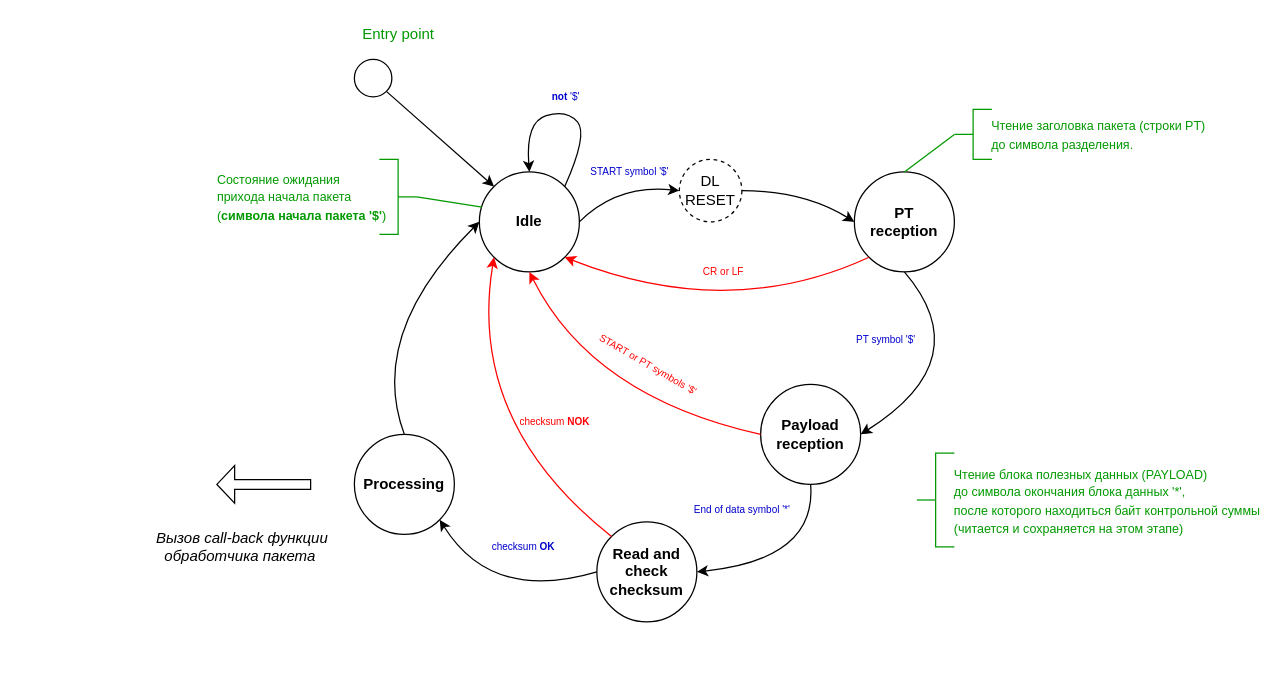
This is page "FSM_CS" (2 of 2) of Doc/Diagrams.drawio from albatron22/protocol2-stack, a draw.io file, before an edit. Source tidied: cells renumbered, new cells numbered last; positions are measured from the earlier drawing's top-left corner, leaving out a move shared by most shapes. Both pictures are drawn from the tidied source at 125%, with x=0, y=0 at pixel (141, 21).
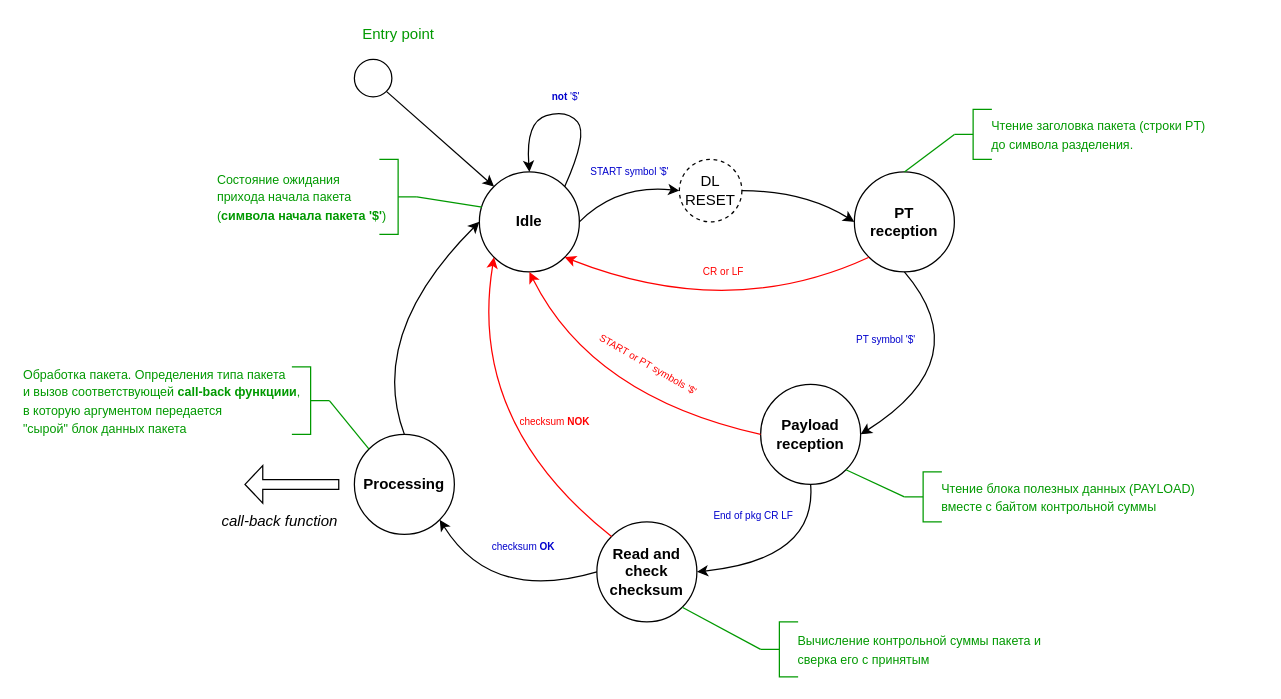
After the change.

The change refers to these unchanged cells:
```xml
<mxCell id="15" value="&lt;b&gt;Payload&lt;br&gt;reception&lt;/b&gt;" style="ellipse;whiteSpace=wrap;html=1;" parent="1" vertex="1">
  <mxGeometry x="495" y="290" width="80" height="80" as="geometry" />
</mxCell>
<mxCell id="20" value="&lt;b&gt;Processing&lt;/b&gt;" style="ellipse;whiteSpace=wrap;html=1;" parent="1" vertex="1">
  <mxGeometry x="170" y="330" width="80" height="80" as="geometry" />
</mxCell>
<mxCell id="27" value="&lt;b&gt;Read and check checksum&lt;/b&gt;" style="ellipse;whiteSpace=wrap;html=1;" parent="1" vertex="1">
  <mxGeometry x="364" y="400" width="80" height="80" as="geometry" />
</mxCell>
```

Change to the diagram source:
```diff
@@
-    <mxCell id="22" value="&lt;font color=&quot;#0000cc&quot;&gt;&lt;span style=&quot;font-size: 8px;&quot;&gt;End of data symbol '*'&lt;br&gt;&lt;/span&gt;&lt;/font&gt;" style="text;html=1;align=center;verticalAlign=middle;strokeColor=none;fillColor=none;fontSize=6;fontColor=#808080;rotation=0;" parent="1" vertex="1">
-      <mxGeometry x="430" y="380" width="100" height="20" as="geometry" />
+    <mxCell id="22" value="&lt;font color=&quot;#0000cc&quot;&gt;&lt;span style=&quot;font-size: 8px;&quot;&gt;End of pkg CR LF&lt;br&gt;&lt;/span&gt;&lt;/font&gt;" style="text;html=1;align=center;verticalAlign=middle;strokeColor=none;fillColor=none;fontSize=6;fontColor=#808080;rotation=0;" parent="1" vertex="1">
+      <mxGeometry x="444" y="385" width="90" height="20" as="geometry" />
     </mxCell>
@@
     <mxCell id="24" style="html=1;shadow=0;dashed=0;align=center;verticalAlign=middle;shape=mxgraph.arrows2.arrow;dy=0.74;dx=14.21;flipH=1;notch=0;" parent="1" vertex="1">
-      <mxGeometry x="60" y="355" width="75" height="30" as="geometry" />
+      <mxGeometry x="82.5" y="355" width="75" height="30" as="geometry" />
     </mxCell>
-    <mxCell id="25" value="&lt;i&gt;Вызов call-back функции &lt;br&gt;обработчика пакета&amp;nbsp;&lt;/i&gt;" style="text;html=1;align=center;verticalAlign=middle;strokeColor=none;fillColor=none;" parent="1" vertex="1">
-      <mxGeometry y="400" width="160" height="40" as="geometry" />
+    <mxCell id="25" value="&lt;i&gt;call-back function&lt;/i&gt;" style="text;html=1;align=center;verticalAlign=middle;strokeColor=none;fillColor=none;" parent="1" vertex="1">
+      <mxGeometry x="50" y="385" width="120" height="30" as="geometry" />
     </mxCell>
@@
-    <mxCell id="35" value="&lt;div style=&quot;text-align: justify;&quot;&gt;&lt;span style=&quot;font-size: 10px;&quot;&gt;Чтение блока полезных данных (PAYLOAD)&lt;/span&gt;&lt;/div&gt;&lt;div style=&quot;text-align: justify;&quot;&gt;&lt;span style=&quot;font-size: 10px;&quot;&gt;до символа окончания блока данных '*',&lt;/span&gt;&lt;/div&gt;&lt;div style=&quot;text-align: justify;&quot;&gt;&lt;span style=&quot;font-size: 10px;&quot;&gt;после которого находиться байт контрольной суммы&lt;/span&gt;&lt;/div&gt;&lt;div style=&quot;text-align: justify;&quot;&gt;&lt;span style=&quot;font-size: 10px;&quot;&gt;(читается и сохраняется на этом этапе)&lt;/span&gt;&lt;/div&gt;" style="strokeWidth=1;html=1;shape=mxgraph.flowchart.annotation_2;align=left;labelPosition=right;fontSize=12;fontColor=#009900;strokeColor=#009900;flipH=0;verticalLabelPosition=middle;verticalAlign=middle;spacing=0;" parent="1" vertex="1">
-      <mxGeometry x="620" y="345" width="30" height="75" as="geometry" />
+    <mxCell id="35" value="&lt;div style=&quot;text-align: justify;&quot;&gt;&lt;span style=&quot;font-size: 10px;&quot;&gt;Чтение блока полезных данных (PAYLOAD)&lt;/span&gt;&lt;/div&gt;&lt;div style=&quot;text-align: justify;&quot;&gt;&lt;span style=&quot;font-size: 10px;&quot;&gt;вместе с байтом контрольной суммы&lt;/span&gt;&lt;/div&gt;" style="strokeWidth=1;html=1;shape=mxgraph.flowchart.annotation_2;align=left;labelPosition=right;fontSize=12;fontColor=#009900;strokeColor=#009900;flipH=0;verticalLabelPosition=middle;verticalAlign=middle;spacing=0;" parent="1" vertex="1">
+      <mxGeometry x="610" y="360" width="30" height="40" as="geometry" />
     </mxCell>
+    <mxCell id="36" style="endArrow=none;html=1;rounded=0;fontColor=#FF0000;strokeColor=#009900;entryX=1;entryY=1;entryDx=0;entryDy=0;exitX=0;exitY=0.5;exitDx=0;exitDy=0;exitPerimeter=0;" parent="1" edge="1" source="35" target="15">
+      <mxGeometry relative="1" as="geometry" />
+    </mxCell>
+    <mxCell id="37" value="&lt;div style=&quot;text-align: justify;&quot;&gt;&lt;span style=&quot;font-size: 10px; background-color: initial;&quot;&gt;Вычисление контрольной суммы пакета и&amp;nbsp;&lt;/span&gt;&lt;br&gt;&lt;/div&gt;&lt;div style=&quot;text-align: justify;&quot;&gt;&lt;span style=&quot;font-size: 10px;&quot;&gt;сверка его с принятым&lt;/span&gt;&lt;/div&gt;" style="strokeWidth=1;html=1;shape=mxgraph.flowchart.annotation_2;align=left;labelPosition=right;fontSize=12;fontColor=#009900;strokeColor=#009900;flipH=0;verticalLabelPosition=middle;verticalAlign=middle;spacing=0;" parent="1" vertex="1">
+      <mxGeometry x="495" y="480" width="30" height="44" as="geometry" />
+    </mxCell>
+    <mxCell id="38" style="endArrow=none;html=1;rounded=0;fontColor=#FF0000;strokeColor=#009900;entryX=1;entryY=1;entryDx=0;entryDy=0;exitX=0;exitY=0.5;exitDx=0;exitDy=0;exitPerimeter=0;" parent="1" edge="1" source="37" target="27">
+      <mxGeometry relative="1" as="geometry" />
+    </mxCell>
+    <mxCell id="39" value="&lt;div style=&quot;text-align: justify;&quot;&gt;&lt;span style=&quot;font-size: 10px;&quot;&gt;Обработка пакета.&amp;nbsp;&lt;/span&gt;&lt;span style=&quot;font-size: 10px; background-color: initial;&quot;&gt;Определения типа пакета&amp;nbsp;&lt;/span&gt;&lt;/div&gt;&lt;div style=&quot;text-align: justify;&quot;&gt;&lt;span style=&quot;font-size: 10px; background-color: initial;&quot;&gt;и вызов соответствующей &lt;b&gt;call-back функциии&lt;/b&gt;,&amp;nbsp;&lt;/span&gt;&lt;/div&gt;&lt;div style=&quot;text-align: justify;&quot;&gt;&lt;span style=&quot;font-size: 10px; background-color: initial;&quot;&gt;в которую аргументом передается&amp;nbsp;&lt;/span&gt;&lt;/div&gt;&lt;div style=&quot;text-align: justify;&quot;&gt;&lt;span style=&quot;font-size: 10px; background-color: initial;&quot;&gt;&quot;сырой&quot; блок данных пакета&lt;/span&gt;&lt;/div&gt;" style="strokeWidth=1;html=1;shape=mxgraph.flowchart.annotation_2;align=right;labelPosition=left;fontSize=12;fontColor=#009900;strokeColor=#009900;flipH=1;verticalLabelPosition=middle;verticalAlign=middle;spacing=-9;" parent="1" vertex="1">
+      <mxGeometry x="120" y="276" width="30" height="54" as="geometry" />
+    </mxCell>
+    <mxCell id="40" style="endArrow=none;html=1;rounded=0;fontColor=#FF0000;strokeColor=#009900;entryX=0;entryY=0.5;entryDx=0;entryDy=0;entryPerimeter=0;exitX=0;exitY=0;exitDx=0;exitDy=0;" parent="1" edge="1" source="20" target="39">
+      <mxGeometry relative="1" as="geometry" />
+    </mxCell>
```
